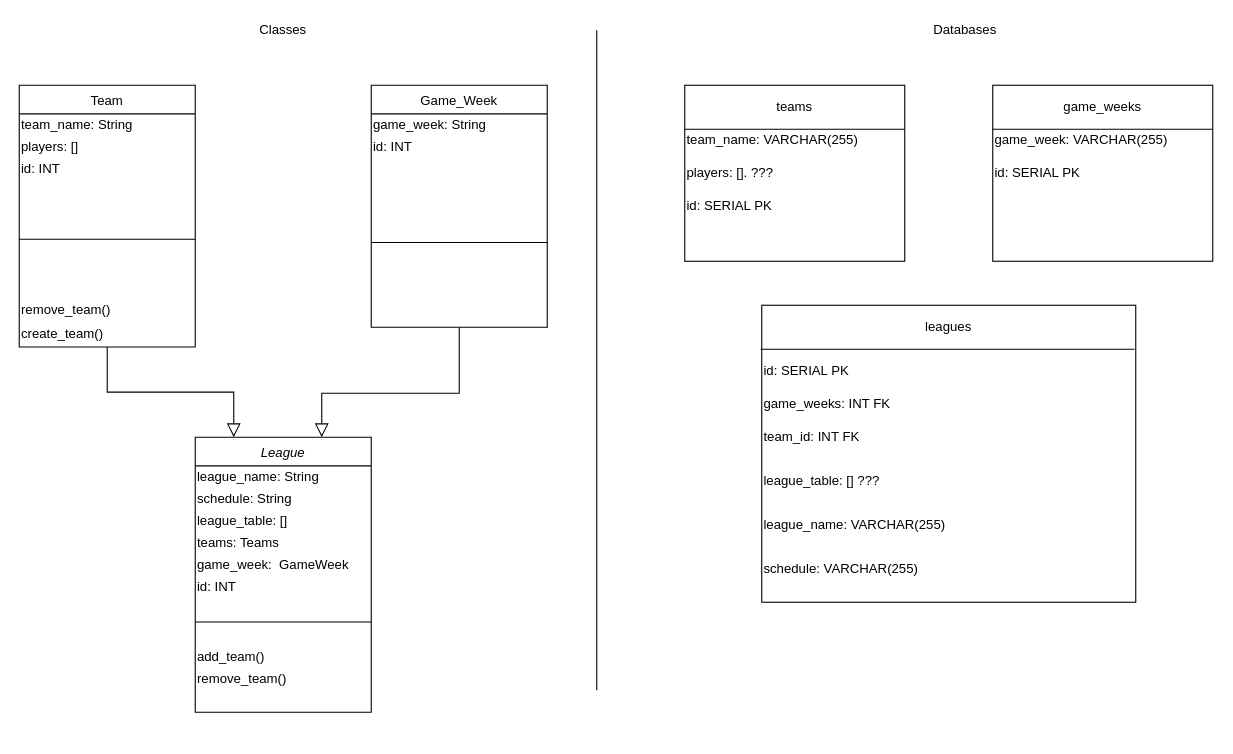
ckite82/solo_project_sports_score_app keeps this draw.io diagram as diagrams_and_templates/classes_databases_diagram.drawio. Above is the earlier version. Source tidied: cells renumbered, new cells numbered last; positions are measured from the earlier drawing's top-left corner, leaving out a move shared by most shapes. Both pictures are drawn from the tidied source at 110%, with x=0, y=0 at pixel (19, 19).
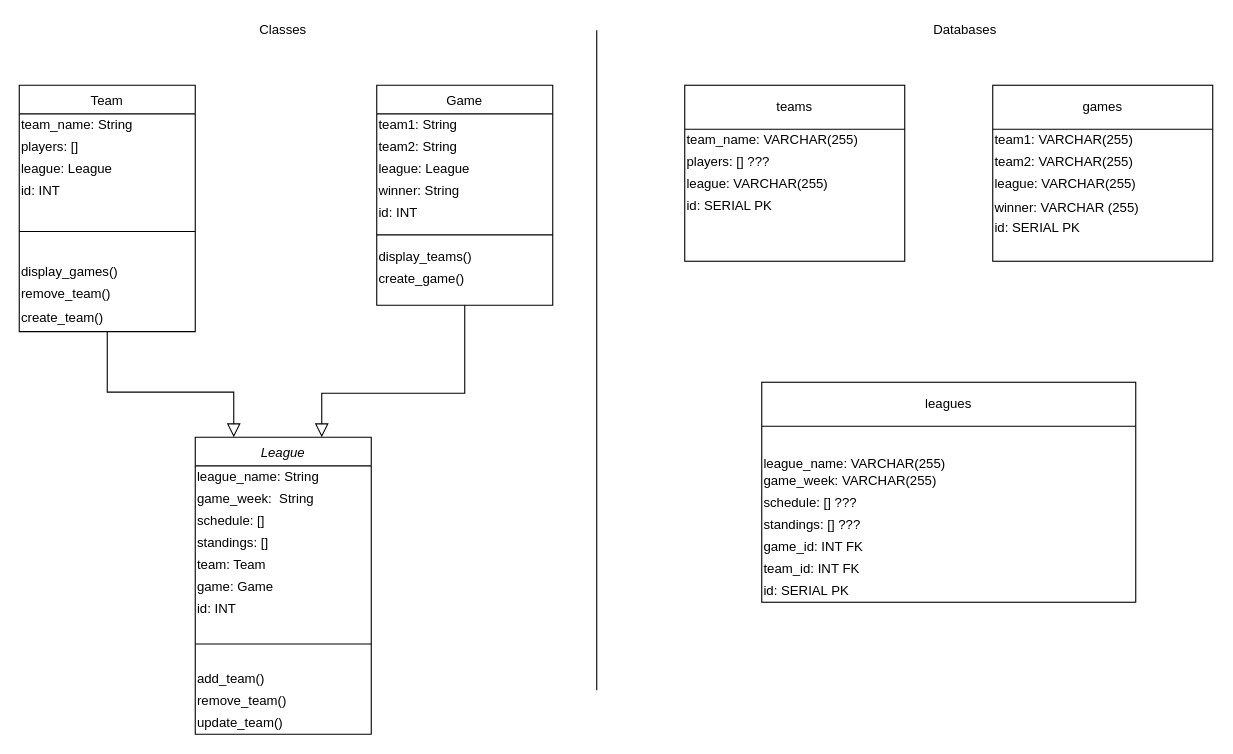
The same page after the edit.

The edit, as a diff of the source:
```diff
@@
     <mxCell id="9" style="rounded=0;whiteSpace=wrap;html=1;" parent="1" vertex="1">
-      <mxGeometry x="675" y="260" width="340" height="270" as="geometry" />
+      <mxGeometry x="675" y="330" width="340" height="200" as="geometry" />
     </mxCell>
@@
     <mxCell id="13" value="leagues" style="text;html=1;strokeColor=none;fillColor=none;align=center;verticalAlign=middle;whiteSpace=wrap;rounded=0;" parent="1" vertex="1">
-      <mxGeometry x="675" y="260" width="340" height="40" as="geometry" />
+      <mxGeometry x="675" y="330" width="340" height="40" as="geometry" />
     </mxCell>
-    <mxCell id="14" value="game_weeks" style="text;html=1;strokeColor=none;fillColor=none;align=center;verticalAlign=middle;whiteSpace=wrap;rounded=0;" parent="1" vertex="1">
+    <mxCell id="14" value="games" style="text;html=1;strokeColor=none;fillColor=none;align=center;verticalAlign=middle;whiteSpace=wrap;rounded=0;" parent="1" vertex="1">
       <mxGeometry x="885" y="60" width="200" height="40" as="geometry" />
     </mxCell>
     <mxCell id="15" value="Team" style="swimlane;fontStyle=0;align=center;verticalAlign=top;horizontal=1;startSize=26;rounded=0;shadow=0;strokeWidth=1;" parent="1" vertex="1">
-      <mxGeometry y="60" width="160" height="238" as="geometry" />
+      <mxGeometry y="60" width="160" height="224" as="geometry" />
     </mxCell>
@@
+    <mxCell id="48" value="league: League" style="text;html=1;strokeColor=none;fillColor=none;align=left;verticalAlign=middle;whiteSpace=wrap;rounded=0;" parent="15" vertex="1">
+      <mxGeometry y="66" width="160" height="20" as="geometry" />
+    </mxCell>
     <mxCell id="18" value="id: INT" style="text;html=1;strokeColor=none;fillColor=none;align=left;verticalAlign=middle;whiteSpace=wrap;rounded=0;" parent="15" vertex="1">
-      <mxGeometry y="66" width="160" height="20" as="geometry" />
+      <mxGeometry y="86" width="160" height="20" as="geometry" />
     </mxCell>
     <mxCell id="19" style="line;html=1;strokeWidth=1;align=left;verticalAlign=middle;spacingTop=-1;spacingLeft=3;spacingRight=3;labelPosition=right;" parent="15" vertex="1">
-      <mxGeometry y="86" width="160" height="108" as="geometry" />
+      <mxGeometry y="106" width="160" height="54" as="geometry" />
     </mxCell>
+    <mxCell id="49" value="display_games()" style="text;html=1;strokeColor=none;fillColor=none;align=left;verticalAlign=middle;whiteSpace=wrap;rounded=0;" parent="15" vertex="1">
+      <mxGeometry y="160" width="160" height="20" as="geometry" />
+    </mxCell>
     <mxCell id="20" value="remove_team()" style="text;html=1;strokeColor=none;fillColor=none;align=left;verticalAlign=middle;whiteSpace=wrap;rounded=0;" parent="15" vertex="1">
-      <mxGeometry y="194" width="160" height="20" as="geometry" />
+      <mxGeometry y="180" width="160" height="20" as="geometry" />
     </mxCell>
     <mxCell id="21" value="create_team()" style="text;html=1;strokeColor=none;fillColor=none;align=left;verticalAlign=middle;whiteSpace=wrap;rounded=0;" parent="15" vertex="1">
-      <mxGeometry y="214" width="160" height="24" as="geometry" />
+      <mxGeometry y="200" width="160" height="24" as="geometry" />
     </mxCell>
-    <mxCell id="22" value="Game_Week" style="swimlane;fontStyle=0;align=center;verticalAlign=top;horizontal=1;startSize=26;rounded=0;shadow=0;strokeWidth=1;" parent="1" vertex="1">
-      <mxGeometry x="320" y="60" width="160" height="220" as="geometry" />
-    </mxCell>
-    <mxCell id="23" value="game_week: String" style="text;html=1;strokeColor=none;fillColor=none;align=left;verticalAlign=middle;whiteSpace=wrap;rounded=0;" parent="22" vertex="1">
-      <mxGeometry y="26" width="160" height="20" as="geometry" />
-    </mxCell>
-    <mxCell id="24" value="id: INT" style="text;html=1;strokeColor=none;fillColor=none;align=left;verticalAlign=middle;whiteSpace=wrap;rounded=0;" parent="22" vertex="1">
-      <mxGeometry y="46" width="160" height="20" as="geometry" />
-    </mxCell>
-    <mxCell id="25" style="line;html=1;strokeWidth=1;align=left;verticalAlign=middle;spacingTop=-1;spacingLeft=3;spacingRight=3;labelPosition=right;" parent="22" vertex="1">
-      <mxGeometry y="66" width="160" height="154" as="geometry" />
-    </mxCell>
     <mxCell id="26" value="League" style="swimlane;fontStyle=2;align=center;verticalAlign=top;horizontal=1;startSize=26;rounded=0;shadow=0;strokeWidth=1;" parent="1" vertex="1">
-      <mxGeometry x="160" y="380" width="160" height="250" as="geometry" />
+      <mxGeometry x="160" y="380" width="160" height="270" as="geometry" />
     </mxCell>
@@
+    <mxCell id="31" value="game_week:&amp;nbsp; String" style="text;html=1;strokeColor=none;fillColor=none;align=left;verticalAlign=middle;whiteSpace=wrap;rounded=0;" parent="26" vertex="1">
+      <mxGeometry y="46" width="160" height="20" as="geometry" />
+    </mxCell>
-    <mxCell id="28" value="schedule: String" style="text;html=1;strokeColor=none;fillColor=none;align=left;verticalAlign=middle;whiteSpace=wrap;rounded=0;" parent="26" vertex="1">
-      <mxGeometry y="46" width="160" height="20" as="geometry" />
+    <mxCell id="28" value="schedule: []" style="text;html=1;strokeColor=none;fillColor=none;align=left;verticalAlign=middle;whiteSpace=wrap;rounded=0;" parent="26" vertex="1">
+      <mxGeometry y="66" width="160" height="20" as="geometry" />
     </mxCell>
-    <mxCell id="29" value="league_table: []" style="text;html=1;strokeColor=none;fillColor=none;align=left;verticalAlign=middle;whiteSpace=wrap;rounded=0;" parent="26" vertex="1">
-      <mxGeometry y="66" width="160" height="20" as="geometry" />
+    <mxCell id="29" value="standings: []" style="text;html=1;strokeColor=none;fillColor=none;align=left;verticalAlign=middle;whiteSpace=wrap;rounded=0;" parent="26" vertex="1">
+      <mxGeometry y="86" width="160" height="20" as="geometry" />
     </mxCell>
-    <mxCell id="30" value="teams: Teams" style="text;html=1;strokeColor=none;fillColor=none;align=left;verticalAlign=middle;whiteSpace=wrap;rounded=0;" parent="26" vertex="1">
-      <mxGeometry y="86" width="160" height="20" as="geometry" />
+    <mxCell id="30" value="team: Team" style="text;html=1;strokeColor=none;fillColor=none;align=left;verticalAlign=middle;whiteSpace=wrap;rounded=0;" parent="26" vertex="1">
+      <mxGeometry y="106" width="160" height="20" as="geometry" />
     </mxCell>
-    <mxCell id="31" value="game_week:&amp;nbsp; GameWeek" style="text;html=1;strokeColor=none;fillColor=none;align=left;verticalAlign=middle;whiteSpace=wrap;rounded=0;" parent="26" vertex="1">
-      <mxGeometry y="106" width="160" height="20" as="geometry" />
-    </mxCell>
+    <mxCell id="50" value="game: Game" style="text;html=1;strokeColor=none;fillColor=none;align=left;verticalAlign=middle;whiteSpace=wrap;rounded=0;" parent="26" vertex="1">
+      <mxGeometry y="126" width="160" height="20" as="geometry" />
+    </mxCell>
     <mxCell id="32" value="id: INT" style="text;html=1;strokeColor=none;fillColor=none;align=left;verticalAlign=middle;whiteSpace=wrap;rounded=0;" parent="26" vertex="1">
-      <mxGeometry y="126" width="160" height="20" as="geometry" />
+      <mxGeometry y="146" width="160" height="20" as="geometry" />
     </mxCell>
     <mxCell id="33" style="line;html=1;strokeWidth=1;align=left;verticalAlign=middle;spacingTop=-1;spacingLeft=3;spacingRight=3;labelPosition=right;" parent="26" vertex="1">
-      <mxGeometry y="146" width="160" height="44" as="geometry" />
+      <mxGeometry y="166" width="160" height="44" as="geometry" />
     </mxCell>
     <mxCell id="34" value="add_team()" style="text;html=1;strokeColor=none;fillColor=none;align=left;verticalAlign=middle;whiteSpace=wrap;rounded=0;" parent="26" vertex="1">
-      <mxGeometry y="190" width="160" height="20" as="geometry" />
+      <mxGeometry y="210" width="160" height="20" as="geometry" />
     </mxCell>
     <mxCell id="35" value="remove_team()" style="text;html=1;strokeColor=none;fillColor=none;align=left;verticalAlign=middle;whiteSpace=wrap;rounded=0;" parent="26" vertex="1">
-      <mxGeometry y="210" width="160" height="20" as="geometry" />
+      <mxGeometry y="230" width="160" height="20" as="geometry" />
     </mxCell>
+    <mxCell id="51" value="update_team()" style="text;html=1;strokeColor=none;fillColor=none;align=left;verticalAlign=middle;whiteSpace=wrap;rounded=0;" parent="26" vertex="1">
+      <mxGeometry y="250" width="160" height="20" as="geometry" />
+    </mxCell>
@@
-    <mxCell id="38" value="players: []. ???" style="text;html=1;strokeColor=none;fillColor=none;align=left;verticalAlign=middle;whiteSpace=wrap;rounded=0;" parent="1" vertex="1">
-      <mxGeometry x="605" y="130" width="200" height="20" as="geometry" />
+    <mxCell id="38" value="players: [] ???" style="text;html=1;strokeColor=none;fillColor=none;align=left;verticalAlign=middle;whiteSpace=wrap;rounded=0;" parent="1" vertex="1">
+      <mxGeometry x="605" y="120" width="200" height="20" as="geometry" />
     </mxCell>
-    <mxCell id="39" value="game_week: VARCHAR(255)" style="text;html=1;strokeColor=none;fillColor=none;align=left;verticalAlign=middle;whiteSpace=wrap;rounded=0;" parent="1" vertex="1">
+    <mxCell id="39" value="team1: VARCHAR(255)" style="text;html=1;strokeColor=none;fillColor=none;align=left;verticalAlign=middle;whiteSpace=wrap;rounded=0;" parent="1" vertex="1">
       <mxGeometry x="885" y="100" width="200" height="20" as="geometry" />
     </mxCell>
     <mxCell id="40" value="id: SERIAL PK" style="text;html=1;strokeColor=none;fillColor=none;align=left;verticalAlign=middle;whiteSpace=wrap;rounded=0;" parent="1" vertex="1">
-      <mxGeometry x="885" y="130" width="200" height="20" as="geometry" />
+      <mxGeometry x="885" y="180" width="200" height="20" as="geometry" />
     </mxCell>
     <mxCell id="41" value="team_id: INT FK" style="text;html=1;strokeColor=none;fillColor=none;align=left;verticalAlign=middle;whiteSpace=wrap;rounded=0;" parent="1" vertex="1">
-      <mxGeometry x="675" y="370" width="340" height="20" as="geometry" />
+      <mxGeometry x="675" y="490" width="340" height="20" as="geometry" />
     </mxCell>
-    <mxCell id="42" value="game_weeks: INT FK" style="text;html=1;strokeColor=none;fillColor=none;align=left;verticalAlign=middle;whiteSpace=wrap;rounded=0;" parent="1" vertex="1">
-      <mxGeometry x="675" y="340" width="340" height="20" as="geometry" />
+    <mxCell id="42" value="game_week: VARCHAR(255)" style="text;html=1;strokeColor=none;fillColor=none;align=left;verticalAlign=middle;whiteSpace=wrap;rounded=0;" parent="1" vertex="1">
+      <mxGeometry x="675" y="410" width="340" height="20" as="geometry" />
     </mxCell>
     <mxCell id="43" value="id: SERIAL PK" style="text;html=1;strokeColor=none;fillColor=none;align=left;verticalAlign=middle;whiteSpace=wrap;rounded=0;" parent="1" vertex="1">
-      <mxGeometry x="675" y="310" width="340" height="20" as="geometry" />
+      <mxGeometry x="675" y="510" width="340" height="20" as="geometry" />
     </mxCell>
-    <mxCell id="44" style="endArrow=none;html=1;exitX=0.997;exitY=0.148;exitDx=0;exitDy=0;exitPerimeter=0;entryX=-0.003;entryY=0.148;entryDx=0;entryDy=0;entryPerimeter=0;" parent="1" edge="1" source="9" target="9">
-      <mxGeometry relative="1" as="geometry" />
-    </mxCell>
     <mxCell id="45" value="league_name: VARCHAR(255)" style="text;html=1;strokeColor=none;fillColor=none;align=left;verticalAlign=middle;whiteSpace=wrap;rounded=0;" parent="1" vertex="1">
-      <mxGeometry x="675" y="450" width="340" height="20" as="geometry" />
+      <mxGeometry x="675" y="394" width="340" height="20" as="geometry" />
     </mxCell>
-    <mxCell id="46" value="schedule: VARCHAR(255)" style="text;html=1;strokeColor=none;fillColor=none;align=left;verticalAlign=middle;whiteSpace=wrap;rounded=0;" parent="1" vertex="1">
-      <mxGeometry x="675" y="490" width="340" height="20" as="geometry" />
+    <mxCell id="46" value="schedule: [] ???" style="text;html=1;strokeColor=none;fillColor=none;align=left;verticalAlign=middle;whiteSpace=wrap;rounded=0;" parent="1" vertex="1">
+      <mxGeometry x="675" y="430" width="340" height="20" as="geometry" />
     </mxCell>
-    <mxCell id="47" value="league_table: [] ???" style="text;html=1;strokeColor=none;fillColor=none;align=left;verticalAlign=middle;whiteSpace=wrap;rounded=0;" parent="1" vertex="1">
-      <mxGeometry x="675" y="410" width="340" height="20" as="geometry" />
+    <mxCell id="47" value="standings: [] ???" style="text;html=1;strokeColor=none;fillColor=none;align=left;verticalAlign=middle;whiteSpace=wrap;rounded=0;" parent="1" vertex="1">
+      <mxGeometry x="675" y="450" width="340" height="20" as="geometry" />
     </mxCell>
+    <mxCell id="22" value="Game" style="swimlane;fontStyle=0;align=center;verticalAlign=top;horizontal=1;startSize=26;rounded=0;shadow=0;strokeWidth=1;" parent="1" vertex="1">
+      <mxGeometry x="325" y="60" width="160" height="200" as="geometry" />
+    </mxCell>
+    <mxCell id="23" value="team1: String" style="text;html=1;strokeColor=none;fillColor=none;align=left;verticalAlign=middle;whiteSpace=wrap;rounded=0;" parent="22" vertex="1">
+      <mxGeometry y="26" width="160" height="20" as="geometry" />
+    </mxCell>
+    <mxCell id="52" value="team2: String" style="text;html=1;strokeColor=none;fillColor=none;align=left;verticalAlign=middle;whiteSpace=wrap;rounded=0;" parent="22" vertex="1">
+      <mxGeometry y="46" width="160" height="20" as="geometry" />
+    </mxCell>
+    <mxCell id="53" value="league: League" style="text;html=1;strokeColor=none;fillColor=none;align=left;verticalAlign=middle;whiteSpace=wrap;rounded=0;" parent="22" vertex="1">
+      <mxGeometry y="66" width="160" height="20" as="geometry" />
+    </mxCell>
+    <mxCell id="54" value="winner: String" style="text;html=1;strokeColor=none;fillColor=none;align=left;verticalAlign=middle;whiteSpace=wrap;rounded=0;" parent="22" vertex="1">
+      <mxGeometry y="86" width="160" height="20" as="geometry" />
+    </mxCell>
+    <mxCell id="24" value="id: INT" style="text;html=1;strokeColor=none;fillColor=none;align=left;verticalAlign=middle;whiteSpace=wrap;rounded=0;" parent="22" vertex="1">
+      <mxGeometry y="106" width="160" height="20" as="geometry" />
+    </mxCell>
+    <mxCell id="25" style="line;html=1;strokeWidth=1;align=left;verticalAlign=middle;spacingTop=-1;spacingLeft=3;spacingRight=3;labelPosition=right;" parent="22" vertex="1">
+      <mxGeometry y="126" width="160" height="20" as="geometry" />
+    </mxCell>
+    <mxCell id="55" value="display_teams()" style="text;html=1;strokeColor=none;fillColor=none;align=left;verticalAlign=middle;whiteSpace=wrap;rounded=0;" parent="22" vertex="1">
+      <mxGeometry y="146" width="160" height="20" as="geometry" />
+    </mxCell>
+    <mxCell id="56" value="create_game()" style="text;html=1;strokeColor=none;fillColor=none;align=left;verticalAlign=middle;whiteSpace=wrap;rounded=0;" parent="22" vertex="1">
+      <mxGeometry y="166" width="160" height="20" as="geometry" />
+    </mxCell>
+    <mxCell id="57" value="league: VARCHAR(255)" style="text;html=1;strokeColor=none;fillColor=none;align=left;verticalAlign=middle;whiteSpace=wrap;rounded=0;" parent="1" vertex="1">
+      <mxGeometry x="605" y="140" width="200" height="20" as="geometry" />
+    </mxCell>
+    <mxCell id="58" value="winner: VARCHAR (255)" style="text;html=1;strokeColor=none;fillColor=none;align=left;verticalAlign=middle;whiteSpace=wrap;rounded=0;" parent="1" vertex="1">
+      <mxGeometry x="885" y="162" width="200" height="20" as="geometry" />
+    </mxCell>
+    <mxCell id="59" value="league: VARCHAR(255)" style="text;html=1;strokeColor=none;fillColor=none;align=left;verticalAlign=middle;whiteSpace=wrap;rounded=0;" parent="1" vertex="1">
+      <mxGeometry x="885" y="140" width="200" height="20" as="geometry" />
+    </mxCell>
+    <mxCell id="60" value="team2: VARCHAR(255)" style="text;html=1;strokeColor=none;fillColor=none;align=left;verticalAlign=middle;whiteSpace=wrap;rounded=0;" parent="1" vertex="1">
+      <mxGeometry x="885" y="120" width="200" height="20" as="geometry" />
+    </mxCell>
+    <mxCell id="61" value="game_id: INT FK" style="text;html=1;strokeColor=none;fillColor=none;align=left;verticalAlign=middle;whiteSpace=wrap;rounded=0;" parent="1" vertex="1">
+      <mxGeometry x="675" y="470" width="340" height="20" as="geometry" />
+    </mxCell>
+    <mxCell id="62" style="endArrow=none;html=1;exitX=0;exitY=1;exitDx=0;exitDy=0;entryX=1;entryY=1;entryDx=0;entryDy=0;" parent="1" edge="1" source="13" target="13">
+      <mxGeometry relative="1" as="geometry" />
+    </mxCell>
```
